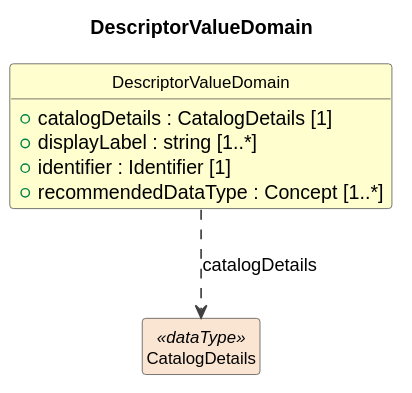
Above: build/plantuml/cdifDataStructure/Classes/DescriptorValueDomain.svg in Cross-Domain-Interoperability-Framework/metadataBuildingBlocks (PlantUML), before the change.
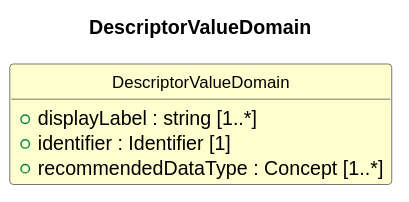
After the commit.

Change to the diagram source:
```diff
@@ -11,11 +11,8 @@
 }
 
 class "DescriptorValueDomain" as DescriptorValueDomain #FEFECE {
-  +catalogDetails : CatalogDetails [1]
   +displayLabel : string [1..*]
   +identifier : Identifier [1]
   +recommendedDataType : Concept [1..*]
 }
-class "CatalogDetails" as CatalogDetails <<dataType>> #FAE5D3
-DescriptorValueDomain ..> CatalogDetails : catalogDetails
 @enduml
```
